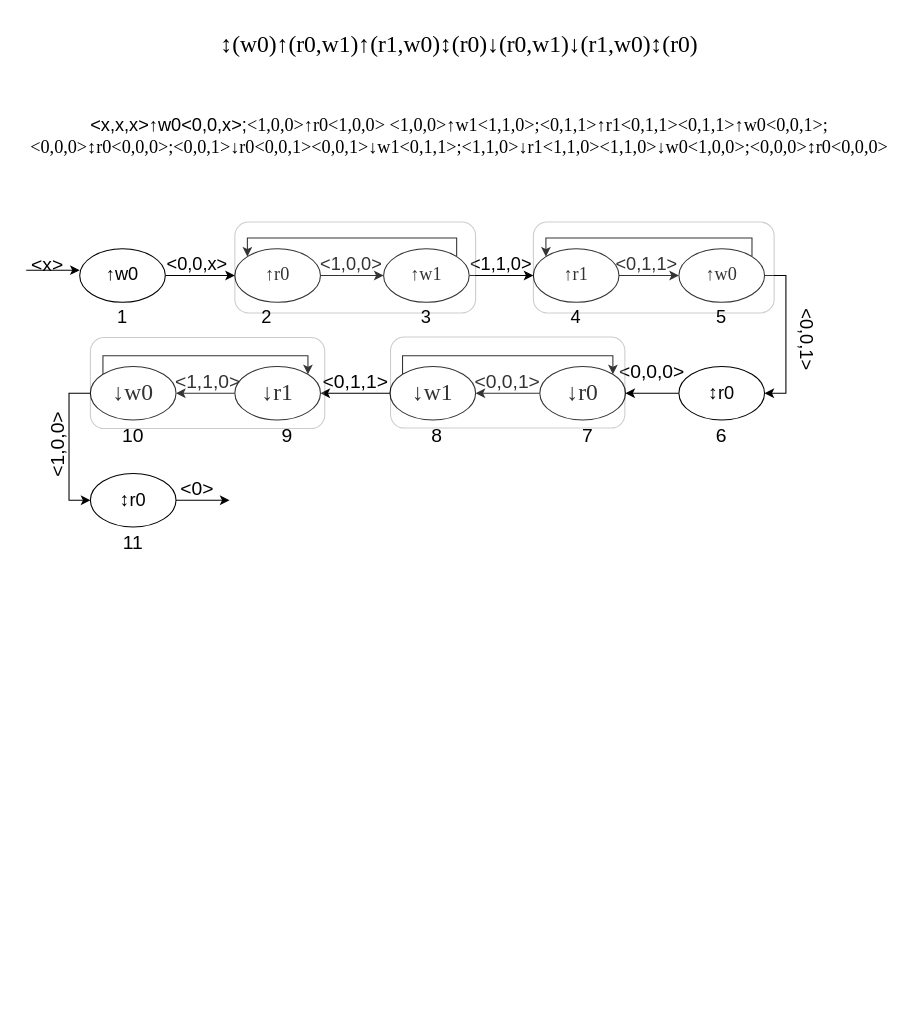
Above: doc/March C.drawio in shanshan-lu/homwork (draw.io), before the change. Source tidied: cells renumbered, new cells numbered last; positions are measured from the earlier drawing's top-left corner, leaving out a move shared by most shapes. Both pictures are drawn from the tidied source at 107%, with x=0, y=0 at pixel (26, 34).
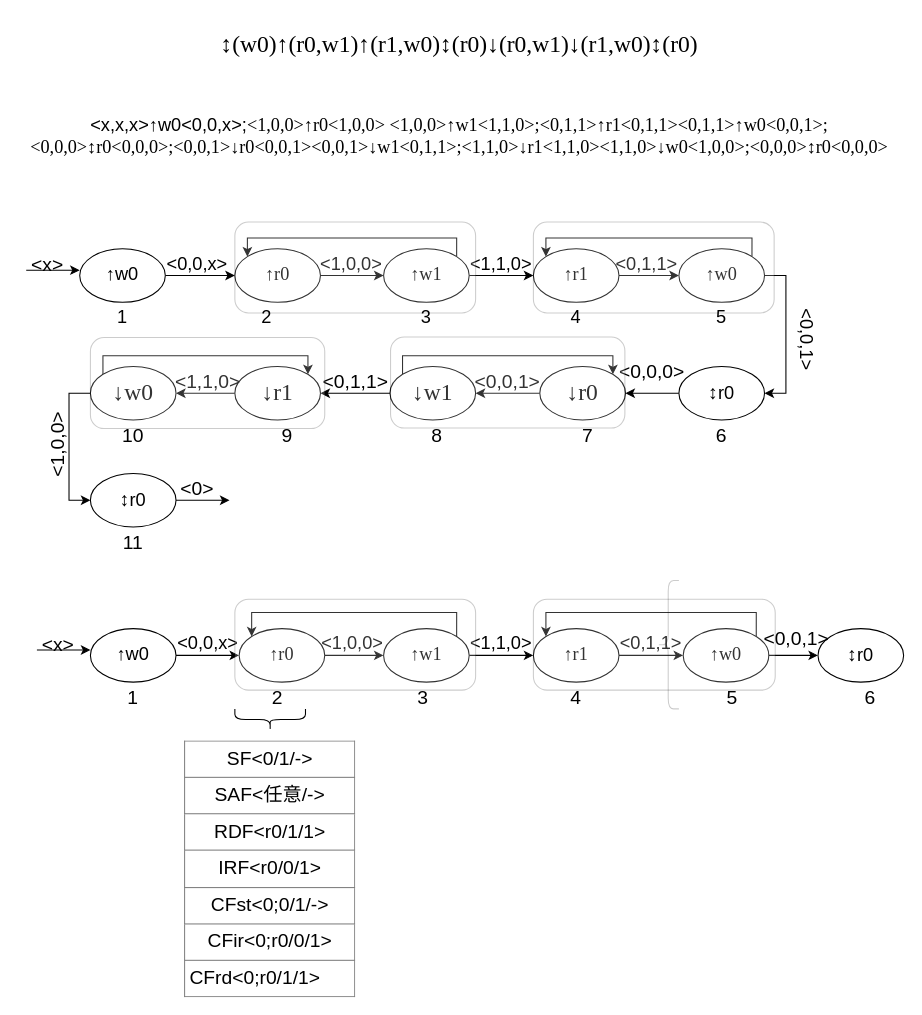
The same diagram, later.

The edit, as a diff of the source:
```diff
@@
+    <mxCell id="58" style="edgeStyle=orthogonalEdgeStyle;rounded=0;jettySize=auto;html=1;exitX=1;exitY=0.5;exitDx=0;exitDy=0;entryX=0;entryY=0.5;entryDx=0;entryDy=0;fontSize=17;" parent="1" edge="1" source="59" target="61">
+      <mxGeometry relative="1" as="geometry" />
+    </mxCell>
+    <mxCell id="59" value="↑w0" style="ellipse;whiteSpace=wrap;html=1;fontSize=17;" parent="1" vertex="1">
+      <mxGeometry x="60" y="555" width="80" height="50" as="geometry" />
+    </mxCell>
+    <mxCell id="60" style="edgeStyle=orthogonalEdgeStyle;rounded=0;jettySize=auto;html=1;exitX=1;exitY=0.5;exitDx=0;exitDy=0;entryX=0;entryY=0.5;entryDx=0;entryDy=0;fontSize=17;" parent="1" edge="1" source="61" target="64">
+      <mxGeometry relative="1" as="geometry" />
+    </mxCell>
+    <mxCell id="61" value="&lt;span style=&quot;font-family: &amp;quot;Times New Roman&amp;quot;;&quot;&gt;↑r0&lt;/span&gt;" style="ellipse;whiteSpace=wrap;html=1;fontSize=17;" parent="1" vertex="1">
+      <mxGeometry x="199" y="555" width="80" height="50" as="geometry" />
+    </mxCell>
+    <mxCell id="62" style="edgeStyle=orthogonalEdgeStyle;rounded=0;jettySize=auto;html=1;exitX=1;exitY=0.5;exitDx=0;exitDy=0;entryX=0;entryY=0.5;entryDx=0;entryDy=0;fontSize=17;" parent="1" edge="1" source="64" target="69">
+      <mxGeometry relative="1" as="geometry" />
+    </mxCell>
+    <mxCell id="63" style="edgeStyle=orthogonalEdgeStyle;rounded=0;jettySize=auto;html=1;exitX=1;exitY=0;exitDx=0;exitDy=0;entryX=0;entryY=0;entryDx=0;entryDy=0;fontSize=18;" parent="1" edge="1" source="64" target="61">
+      <mxGeometry relative="1" as="geometry">
+        <Array as="points">
+          <mxPoint x="402" y="540" />
+          <mxPoint x="211" y="540" />
+        </Array>
+      </mxGeometry>
+    </mxCell>
+    <mxCell id="64" value="&lt;span style=&quot;font-family: &amp;quot;Times New Roman&amp;quot;;&quot;&gt;↑w1&lt;/span&gt;" style="ellipse;whiteSpace=wrap;html=1;fontSize=17;" parent="1" vertex="1">
+      <mxGeometry x="334" y="555" width="80" height="50" as="geometry" />
+    </mxCell>
+    <mxCell id="65" value="&amp;lt;0,0,x&amp;gt;" style="text;html=1;strokeColor=none;fillColor=none;align=center;verticalAlign=middle;whiteSpace=wrap;rounded=0;glass=0;fontSize=17;opacity=20;" parent="1" vertex="1">
+      <mxGeometry x="140" y="555" width="60" height="30" as="geometry" />
+    </mxCell>
+    <mxCell id="66" value="&amp;lt;1,0,0&amp;gt;" style="text;html=1;strokeColor=none;fillColor=none;align=center;verticalAlign=middle;whiteSpace=wrap;rounded=0;glass=0;fontSize=17;opacity=20;" parent="1" vertex="1">
+      <mxGeometry x="275" y="555" width="60" height="30" as="geometry" />
+    </mxCell>
+    <mxCell id="67" value="&amp;lt;1,1,0&amp;gt;" style="text;html=1;strokeColor=none;fillColor=none;align=center;verticalAlign=middle;whiteSpace=wrap;rounded=0;glass=0;fontSize=17;opacity=20;" parent="1" vertex="1">
+      <mxGeometry x="414" y="555" width="60" height="30" as="geometry" />
+    </mxCell>
+    <mxCell id="68" style="edgeStyle=orthogonalEdgeStyle;rounded=0;jettySize=auto;html=1;exitX=1;exitY=0.5;exitDx=0;exitDy=0;entryX=0;entryY=0.5;entryDx=0;entryDy=0;fontSize=17;" parent="1" edge="1" source="69" target="73">
+      <mxGeometry relative="1" as="geometry" />
+    </mxCell>
+    <mxCell id="69" value="&lt;span style=&quot;font-family: &amp;quot;Times New Roman&amp;quot;;&quot;&gt;↑r1&lt;/span&gt;" style="ellipse;whiteSpace=wrap;html=1;fontSize=17;" parent="1" vertex="1">
+      <mxGeometry x="474" y="555" width="80" height="50" as="geometry" />
+    </mxCell>
+    <mxCell id="70" style="rounded=1;whiteSpace=wrap;html=1;glass=0;fontSize=17;strokeColor=#000000;opacity=20;" parent="1" vertex="1">
+      <mxGeometry x="195" y="527.5" width="225" height="85" as="geometry" />
+    </mxCell>
+    <mxCell id="71" style="edgeStyle=orthogonalEdgeStyle;rounded=0;jettySize=auto;html=1;exitX=1;exitY=0.5;exitDx=0;exitDy=0;entryX=0;entryY=0.5;entryDx=0;entryDy=0;fontSize=18;" parent="1" edge="1" source="73" target="78">
+      <mxGeometry relative="1" as="geometry" />
+    </mxCell>
+    <mxCell id="72" style="edgeStyle=orthogonalEdgeStyle;rounded=0;jettySize=auto;html=1;exitX=1;exitY=0;exitDx=0;exitDy=0;entryX=0;entryY=0;entryDx=0;entryDy=0;fontSize=18;" parent="1" edge="1" source="73" target="69">
+      <mxGeometry relative="1" as="geometry">
+        <Array as="points">
+          <mxPoint x="682" y="540" />
+          <mxPoint x="486" y="540" />
+        </Array>
+      </mxGeometry>
+    </mxCell>
+    <mxCell id="73" value="&lt;span style=&quot;font-family: &amp;quot;Times New Roman&amp;quot;;&quot;&gt;↑w0&lt;/span&gt;" style="ellipse;whiteSpace=wrap;html=1;fontSize=17;" parent="1" vertex="1">
+      <mxGeometry x="614" y="555" width="80" height="50" as="geometry" />
+    </mxCell>
+    <mxCell id="74" value="&amp;lt;0,1,1&amp;gt;" style="text;html=1;strokeColor=none;fillColor=none;align=center;verticalAlign=middle;whiteSpace=wrap;rounded=0;glass=0;fontSize=17;opacity=20;" parent="1" vertex="1">
+      <mxGeometry x="554" y="555" width="60" height="30" as="geometry" />
+    </mxCell>
+    <mxCell id="75" style="rounded=1;whiteSpace=wrap;html=1;glass=0;fontSize=17;strokeColor=#000000;opacity=20;" parent="1" vertex="1">
+      <mxGeometry x="474" y="527.5" width="226" height="85" as="geometry" />
+    </mxCell>
+    <mxCell id="76" style="endArrow=classic;html=1;rounded=0;fontSize=18;" parent="1" edge="1">
+      <mxGeometry relative="1" as="geometry">
+        <mxPoint x="10" y="575" as="sourcePoint" />
+        <mxPoint x="60" y="575" as="targetPoint" />
+      </mxGeometry>
+    </mxCell>
+    <mxCell id="77" value="&amp;lt;x&amp;gt;" style="text;html=1;strokeColor=none;fillColor=none;align=center;verticalAlign=middle;whiteSpace=wrap;rounded=0;glass=0;fontSize=18;opacity=20;" parent="1" vertex="1">
+      <mxGeometry x="10" y="555" width="40" height="30" as="geometry" />
+    </mxCell>
+    <mxCell id="78" value="&lt;span style=&quot;font-family: &amp;quot;Times New Roman&amp;quot;;&quot;&gt;&lt;font style=&quot;font-size: 18px;&quot;&gt;↕&lt;/font&gt;&lt;/span&gt;r0" style="ellipse;whiteSpace=wrap;html=1;fontSize=17;" parent="1" vertex="1">
+      <mxGeometry x="740" y="555" width="80" height="50" as="geometry" />
+    </mxCell>
+    <mxCell id="79" value="&amp;lt;0,0,1&amp;gt;" style="text;html=1;strokeColor=none;fillColor=none;align=center;verticalAlign=middle;whiteSpace=wrap;rounded=0;glass=0;fontSize=18;opacity=20;" parent="1" vertex="1">
+      <mxGeometry x="690" y="550" width="60" height="30" as="geometry" />
+    </mxCell>
+    <mxCell id="80" value="1" style="text;html=1;strokeColor=none;fillColor=none;align=center;verticalAlign=middle;whiteSpace=wrap;rounded=0;glass=0;fontSize=18;opacity=20;" parent="1" vertex="1">
+      <mxGeometry x="70" y="605" width="60" height="30" as="geometry" />
+    </mxCell>
+    <mxCell id="81" value="2" style="text;html=1;strokeColor=none;fillColor=none;align=center;verticalAlign=middle;whiteSpace=wrap;rounded=0;glass=0;fontSize=18;opacity=20;" parent="1" vertex="1">
+      <mxGeometry x="205" y="605" width="60" height="30" as="geometry" />
+    </mxCell>
+    <mxCell id="82" value="3" style="text;html=1;strokeColor=none;fillColor=none;align=center;verticalAlign=middle;whiteSpace=wrap;rounded=0;glass=0;fontSize=18;opacity=20;" parent="1" vertex="1">
+      <mxGeometry x="341" y="605" width="60" height="30" as="geometry" />
+    </mxCell>
+    <mxCell id="83" value="4" style="text;html=1;strokeColor=none;fillColor=none;align=center;verticalAlign=middle;whiteSpace=wrap;rounded=0;glass=0;fontSize=18;opacity=20;" parent="1" vertex="1">
+      <mxGeometry x="484" y="605" width="60" height="30" as="geometry" />
+    </mxCell>
+    <mxCell id="84" value="5" style="text;html=1;strokeColor=none;fillColor=none;align=center;verticalAlign=middle;whiteSpace=wrap;rounded=0;glass=0;fontSize=18;opacity=20;" parent="1" vertex="1">
+      <mxGeometry x="630" y="605" width="60" height="30" as="geometry" />
+    </mxCell>
+    <mxCell id="85" value="6" style="text;html=1;strokeColor=none;fillColor=none;align=center;verticalAlign=middle;whiteSpace=wrap;rounded=0;glass=0;fontSize=18;opacity=20;" parent="1" vertex="1">
+      <mxGeometry x="759" y="605" width="60" height="30" as="geometry" />
+    </mxCell>
+    <mxCell id="86" style="shape=curlyBracket;whiteSpace=wrap;html=1;rounded=1;glass=0;fontSize=18;strokeColor=#000000;opacity=20;" parent="1" vertex="1">
+      <mxGeometry x="590" y="510" width="20" height="120" as="geometry" />
+    </mxCell>
+    <mxCell id="87" style="shape=curlyBracket;whiteSpace=wrap;html=1;rounded=1;glass=0;fontSize=18;strokeColor=#000000;direction=north;size=0.5;" parent="1" vertex="1">
+      <mxGeometry x="195" y="630" width="66" height="20" as="geometry" />
+    </mxCell>
+    <mxCell id="88" value="&lt;table border=&quot;1&quot; width=&quot;100%&quot; height=&quot;100%&quot; cellpadding=&quot;4&quot; style=&quot;width:100%;height:100%;border-collapse:collapse;&quot;&gt;&lt;tbody&gt;&lt;tr&gt;&lt;th style=&quot;text-align: center;&quot;&gt;&lt;span style=&quot;font-weight: normal;&quot;&gt;SF&amp;lt;0/1/-&amp;gt;&lt;/span&gt;&lt;/th&gt;&lt;/tr&gt;&lt;tr&gt;&lt;td style=&quot;text-align: center;&quot;&gt;SAF&amp;lt;任意/-&amp;gt;&lt;/td&gt;&lt;/tr&gt;&lt;tr&gt;&lt;td style=&quot;text-align: center;&quot;&gt;RDF&amp;lt;r0/1/1&amp;gt;&lt;/td&gt;&lt;/tr&gt;&lt;tr&gt;&lt;td style=&quot;text-align: center;&quot;&gt;IRF&amp;lt;r0/0/1&amp;gt;&lt;/td&gt;&lt;/tr&gt;&lt;tr&gt;&lt;td style=&quot;text-align: center;&quot;&gt;CFst&amp;lt;0;0/1/-&amp;gt;&lt;br&gt;&lt;/td&gt;&lt;/tr&gt;&lt;tr&gt;&lt;td style=&quot;text-align: center;&quot;&gt;CFir&amp;lt;0;r0/0/1&amp;gt;&lt;/td&gt;&lt;/tr&gt;&lt;tr&gt;&lt;td&gt;CFrd&amp;lt;0;r0/1/1&amp;gt;&lt;/td&gt;&lt;/tr&gt;&lt;/tbody&gt;&lt;/table&gt;" style="text;html=1;strokeColor=none;fillColor=none;overflow=fill;glass=0;fontSize=18;" parent="1" vertex="1">
+      <mxGeometry x="148" y="660" width="160" height="240" as="geometry" />
+    </mxCell>
```
